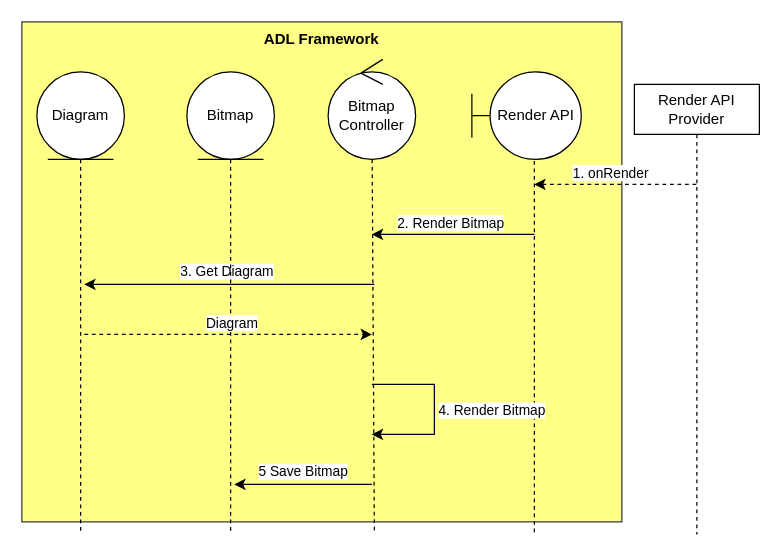
The draw.io diagram Render Bitmap.drawio in phunm211/SW-Associate-Architecture, before the edit. Source tidied: cells renumbered, new cells numbered last; positions are measured from the earlier drawing's top-left corner, leaving out a move shared by most shapes. Both pictures are drawn from the tidied source at 125%, with x=0, y=0 at pixel (21, 21).
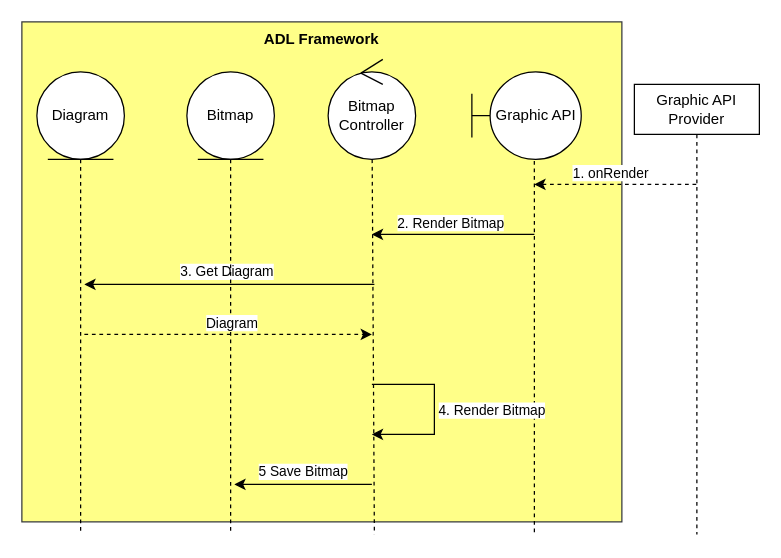
The same diagram, later.

Diff of the diagram source:
```diff
@@
-    <mxCell id="8" value="Render API" style="shape=umlBoundary;whiteSpace=wrap;html=1;" parent="1" vertex="1">
+    <mxCell id="8" value="Graphic API" style="shape=umlBoundary;whiteSpace=wrap;html=1;" parent="1" vertex="1">
       <mxGeometry x="360" y="40" width="87.5" height="70" as="geometry" />
     </mxCell>
-    <mxCell id="9" value="Render API Provider" style="shape=umlLifeline;perimeter=lifelinePerimeter;whiteSpace=wrap;html=1;newEdgeStyle={&quot;curved&quot;:0,&quot;rounded&quot;:0};" parent="1" vertex="1">
+    <mxCell id="9" value="Graphic API Provider" style="shape=umlLifeline;perimeter=lifelinePerimeter;whiteSpace=wrap;html=1;newEdgeStyle={&quot;curved&quot;:0,&quot;rounded&quot;:0};" parent="1" vertex="1">
       <mxGeometry x="490" y="50" width="100" height="360" as="geometry" />
     </mxCell>
```
